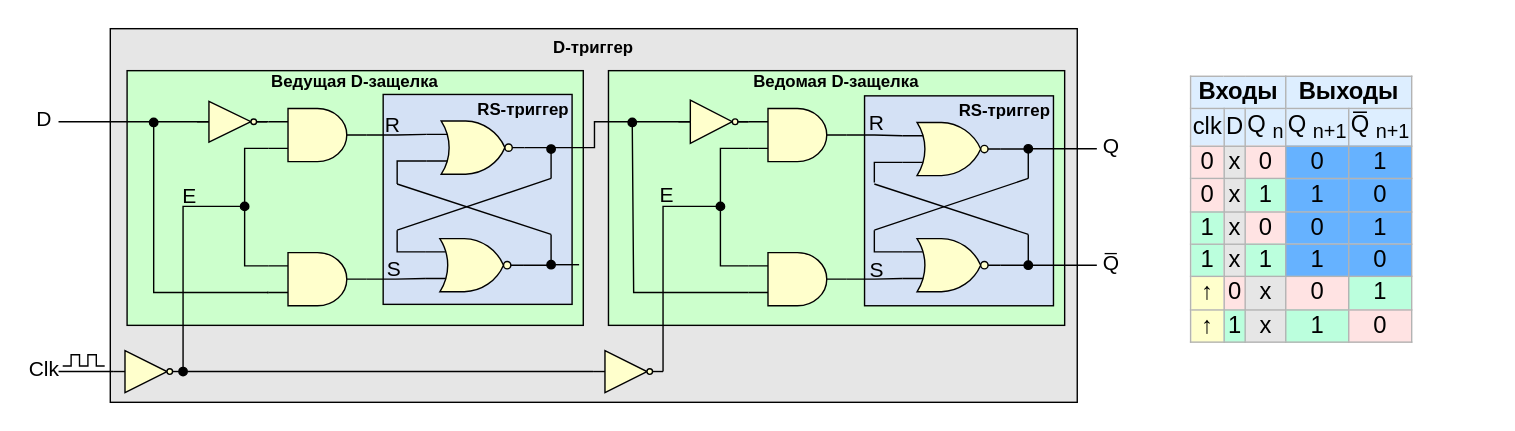
This is .pic/Introduction/Sequential logic/fig_05.drawio.svg from MPSU/APS, a draw.io export, as it was before one commit. Source tidied: cells renumbered, new cells last; positions are measured from the earlier drawing's top-left corner, leaving out a move shared by most shapes.
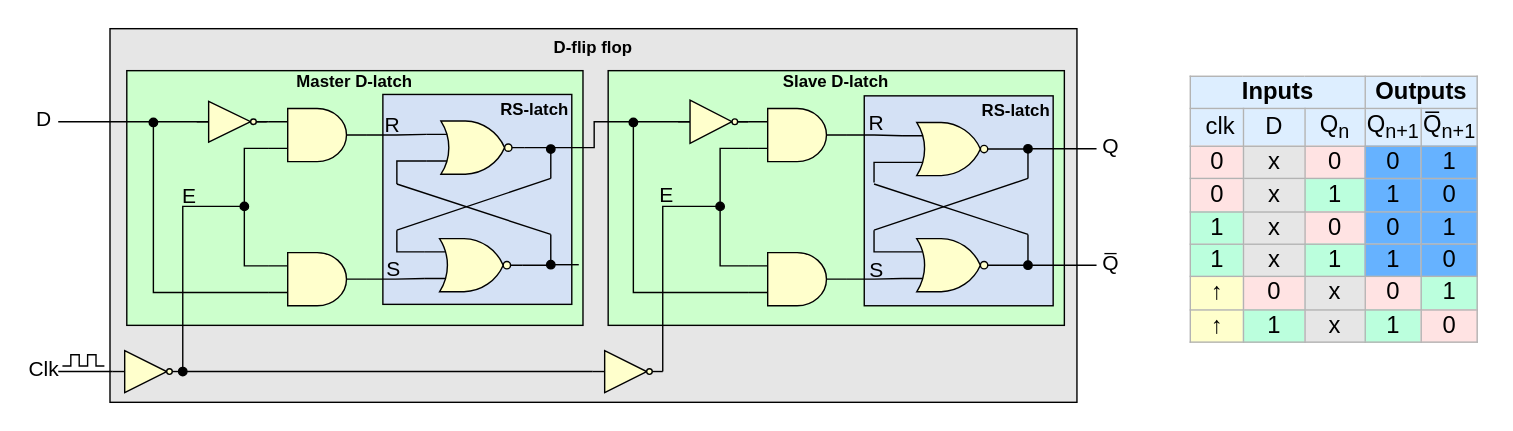
After the commit.

What changed in the source:
```diff
@@ -2,19 +2,19 @@
   <root>
     <mxCell id="0" />
     <mxCell id="1" parent="0" />
-    <mxCell id="2" value="D-триггер" style="rounded=0;whiteSpace=wrap;html=1;fillColor=#E6E6E6;verticalAlign=top;fontStyle=1;" parent="1" vertex="1">
+    <mxCell id="2" value="D-flip flop" style="rounded=0;whiteSpace=wrap;html=1;fillColor=#E6E6E6;verticalAlign=top;fontStyle=1;" parent="1" vertex="1">
       <mxGeometry x="57" width="691" height="267" as="geometry" />
     </mxCell>
-    <mxCell id="3" value="Ведомая D-защелка" style="rounded=0;whiteSpace=wrap;html=1;labelBackgroundColor=none;fillColor=#CCFFCC;verticalAlign=top;spacingTop=-6;fontStyle=1;" parent="1" vertex="1">
+    <mxCell id="3" value="Slave D-latch" style="rounded=0;whiteSpace=wrap;html=1;labelBackgroundColor=none;fillColor=#CCFFCC;verticalAlign=top;spacingTop=-6;fontStyle=1;" parent="1" vertex="1">
       <mxGeometry x="413" y="30" width="326" height="182" as="geometry" />
     </mxCell>
-    <mxCell id="4" value="RS-триггер" style="rounded=0;whiteSpace=wrap;html=1;fillColor=#D4E1F5;verticalAlign=top;align=right;spacingTop=-3;fontStyle=1;" parent="1" vertex="1">
+    <mxCell id="4" value="RS-latch" style="rounded=0;whiteSpace=wrap;html=1;fillColor=#D4E1F5;verticalAlign=top;align=right;spacingTop=-3;fontStyle=1;" parent="1" vertex="1">
       <mxGeometry x="596" y="48" width="135" height="150" as="geometry" />
     </mxCell>
-    <mxCell id="5" value="Ведущая D-защелка" style="rounded=0;whiteSpace=wrap;html=1;labelBackgroundColor=none;fillColor=#CCFFCC;verticalAlign=top;spacingTop=-6;fontStyle=1;" parent="1" vertex="1">
+    <mxCell id="5" value="Master D-latch" style="rounded=0;whiteSpace=wrap;html=1;labelBackgroundColor=none;fillColor=#CCFFCC;verticalAlign=top;spacingTop=-6;fontStyle=1;" parent="1" vertex="1">
       <mxGeometry x="69" y="30" width="326" height="182" as="geometry" />
     </mxCell>
-    <mxCell id="6" value="RS-триггер" style="rounded=0;whiteSpace=wrap;html=1;fillColor=#D4E1F5;verticalAlign=top;align=right;spacingTop=-3;fontStyle=1;" parent="1" vertex="1">
+    <mxCell id="6" value="RS-latch" style="rounded=0;whiteSpace=wrap;html=1;fillColor=#D4E1F5;verticalAlign=top;align=right;spacingTop=-3;fontStyle=1;" parent="1" vertex="1">
       <mxGeometry x="252" y="47" width="135" height="150" as="geometry" />
     </mxCell>
     <mxCell id="7" style="edgeStyle=orthogonalEdgeStyle;rounded=0;jettySize=auto;html=1;exitX=0;exitY=0.75;exitDx=0;exitDy=0;exitPerimeter=0;endArrow=oval;endFill=1;" parent="1" edge="1" source="14">
@@ -269,7 +269,7 @@
     <mxCell id="60" style="verticalLabelPosition=bottom;shadow=0;dashed=0;align=center;html=1;verticalAlign=top;shape=mxgraph.electrical.logic_gates.inverter_2;fillColor=#FFFFCC;" parent="1" vertex="1">
       <mxGeometry x="463" y="51" width="50" height="31" as="geometry" />
     </mxCell>
-    <mxCell id="61" value="&lt;table border=&quot;1&quot; class=&quot;wikitable&quot; style=&quot;text-align: center; font-size: 17px; border: 1px solid rgb(179, 179, 179); border-collapse: collapse;&quot; id=&quot;mwAjk&quot;&gt;&lt;tbody id=&quot;mwAjs&quot;&gt;&lt;tr style=&quot;background:#def;&quot; id=&quot;mwAjw&quot;&gt;&lt;td colspan=&quot;3&quot;&gt;&lt;b&gt;Входы&lt;/b&gt;&lt;/td&gt;&lt;td colspan=&quot;2&quot; id=&quot;mwAj8&quot;&gt;&lt;b id=&quot;mwAkA&quot;&gt;&lt;font style=&quot;font-size: 17px;&quot;&gt;Выходы&lt;/font&gt;&lt;/b&gt;&lt;/td&gt;&lt;/tr&gt;&lt;tr style=&quot;background:#def;&quot; id=&quot;mwAkE&quot;&gt;&lt;td&gt;&amp;nbsp; clk&amp;nbsp;&lt;/td&gt;&lt;td id=&quot;mwAkI&quot;&gt;&lt;font style=&quot;font-size: 17px;&quot;&gt;&amp;nbsp; &amp;nbsp;D&amp;nbsp; &amp;nbsp;&lt;/font&gt;&lt;/td&gt;&lt;td id=&quot;mwAkM&quot;&gt;&lt;font style=&quot;font-size: 17px;&quot;&gt;&amp;nbsp; Q&lt;sub&gt;n&lt;/sub&gt;&amp;nbsp;&amp;nbsp;&lt;/font&gt;&lt;/td&gt;&lt;td id=&quot;mwAkQ&quot;&gt;Q&lt;sub&gt;n+1&lt;/sub&gt;&lt;br&gt;&lt;/td&gt;&lt;td id=&quot;mwAkU&quot;&gt;Q̅&lt;sub&gt;n+1&lt;/sub&gt;&lt;br&gt;&lt;/td&gt;&lt;/tr&gt;&lt;tr id=&quot;mwAko&quot;&gt;&lt;td style=&quot;background-color: rgb(255, 227, 227);&quot;&gt;0&lt;/td&gt;&lt;td style=&quot;background-color: rgb(230, 230, 230);&quot; id=&quot;mwAks&quot;&gt;&lt;font style=&quot;font-size: 17px;&quot;&gt;x&lt;/font&gt;&lt;/td&gt;&lt;td style=&quot;background-color: rgb(255, 227, 227);&quot; id=&quot;mwAkw&quot;&gt;&lt;font style=&quot;font-size: 17px;&quot;&gt;0&lt;/font&gt;&lt;/td&gt;&lt;td style=&quot;background: rgb(102, 178, 255); color: black; vertical-align: middle; text-align: center;&quot; class=&quot;table-no2&quot; data-mw=&quot;{&amp;quot;parts&amp;quot;:[&amp;quot;|| &amp;quot;,{&amp;quot;template&amp;quot;:{&amp;quot;target&amp;quot;:{&amp;quot;wt&amp;quot;:&amp;quot;no2&amp;quot;,&amp;quot;href&amp;quot;:&amp;quot;./Template:No2&amp;quot;},&amp;quot;params&amp;quot;:{&amp;quot;1&amp;quot;:{&amp;quot;wt&amp;quot;:&amp;quot;0&amp;quot;}},&amp;quot;i&amp;quot;:0}},&amp;quot; &amp;quot;]}&quot; id=&quot;mwASM&quot;&gt;&lt;font style=&quot;font-size: 17px;&quot;&gt;0&lt;/font&gt;&lt;/td&gt;&lt;td style=&quot;background: rgb(102, 178, 255); color: black; vertical-align: middle; text-align: center;&quot; class=&quot;table-yes2&quot; data-mw=&quot;{&amp;quot;parts&amp;quot;:[&amp;quot;|| &amp;quot;,{&amp;quot;template&amp;quot;:{&amp;quot;target&amp;quot;:{&amp;quot;wt&amp;quot;:&amp;quot;yes2&amp;quot;,&amp;quot;href&amp;quot;:&amp;quot;./Template:Yes2&amp;quot;},&amp;quot;params&amp;quot;:{&amp;quot;1&amp;quot;:{&amp;quot;wt&amp;quot;:&amp;quot;1&amp;quot;}},&amp;quot;i&amp;quot;:0}},&amp;quot; &amp;quot;]}&quot; id=&quot;mwASc&quot;&gt;&lt;font style=&quot;font-size: 17px;&quot;&gt;1&lt;/font&gt;&lt;/td&gt;&lt;/tr&gt;&lt;tr id=&quot;mwAlM&quot;&gt;&lt;td style=&quot;background-color: rgb(255, 227, 227);&quot;&gt;0&lt;/td&gt;&lt;td style=&quot;background-color: rgb(230, 230, 230);&quot; id=&quot;mwAlQ&quot;&gt;&lt;font style=&quot;font-size: 17px;&quot;&gt;x&lt;/font&gt;&lt;/td&gt;&lt;td style=&quot;background-color: rgb(187, 255, 221);&quot; id=&quot;mwAlU&quot;&gt;&lt;font style=&quot;font-size: 17px;&quot;&gt;1&lt;/font&gt;&lt;/td&gt;&lt;td style=&quot;background: rgb(102, 178, 255); color: black; vertical-align: middle; text-align: center;&quot; class=&quot;table-no2&quot; data-mw=&quot;{&amp;quot;parts&amp;quot;:[&amp;quot;|| &amp;quot;,{&amp;quot;template&amp;quot;:{&amp;quot;target&amp;quot;:{&amp;quot;wt&amp;quot;:&amp;quot;no2&amp;quot;,&amp;quot;href&amp;quot;:&amp;quot;./Template:No2&amp;quot;},&amp;quot;params&amp;quot;:{&amp;quot;1&amp;quot;:{&amp;quot;wt&amp;quot;:&amp;quot;0&amp;quot;}},&amp;quot;i&amp;quot;:0}},&amp;quot; &amp;quot;]}&quot; id=&quot;mwASM&quot;&gt;1&lt;/td&gt;&lt;td style=&quot;background: rgb(102, 178, 255); color: black; vertical-align: middle; text-align: center;&quot; class=&quot;table-yes2&quot; data-mw=&quot;{&amp;quot;parts&amp;quot;:[&amp;quot;|| &amp;quot;,{&amp;quot;template&amp;quot;:{&amp;quot;target&amp;quot;:{&amp;quot;wt&amp;quot;:&amp;quot;yes2&amp;quot;,&amp;quot;href&amp;quot;:&amp;quot;./Template:Yes2&amp;quot;},&amp;quot;params&amp;quot;:{&amp;quot;1&amp;quot;:{&amp;quot;wt&amp;quot;:&amp;quot;1&amp;quot;}},&amp;quot;i&amp;quot;:0}},&amp;quot; &amp;quot;]}&quot; id=&quot;mwASc&quot;&gt;&lt;font style=&quot;font-size: 17px;&quot;&gt;0&lt;/font&gt;&lt;/td&gt;&lt;/tr&gt;&lt;tr id=&quot;mwAlw&quot;&gt;&lt;td style=&quot;background-color: rgb(187, 255, 221);&quot;&gt;1&lt;/td&gt;&lt;td style=&quot;background-color: rgb(230, 230, 230);&quot; id=&quot;mwAl0&quot;&gt;&lt;font style=&quot;font-size: 17px;&quot;&gt;x&lt;/font&gt;&lt;/td&gt;&lt;td style=&quot;background-color: rgb(255, 227, 227);&quot; id=&quot;mwAl4&quot;&gt;0&lt;/td&gt;&lt;td style=&quot;background: rgb(102, 178, 255); color: black; vertical-align: middle; text-align: center;&quot; class=&quot;table-no2&quot; data-mw=&quot;{&amp;quot;parts&amp;quot;:[&amp;quot;|| &amp;quot;,{&amp;quot;template&amp;quot;:{&amp;quot;target&amp;quot;:{&amp;quot;wt&amp;quot;:&amp;quot;no2&amp;quot;,&amp;quot;href&amp;quot;:&amp;quot;./Template:No2&amp;quot;},&amp;quot;params&amp;quot;:{&amp;quot;1&amp;quot;:{&amp;quot;wt&amp;quot;:&amp;quot;0&amp;quot;}},&amp;quot;i&amp;quot;:0}},&amp;quot; &amp;quot;]}&quot; id=&quot;mwASM&quot;&gt;&lt;font style=&quot;font-size: 17px;&quot;&gt;0&lt;/font&gt;&lt;/td&gt;&lt;td style=&quot;background: rgb(102, 178, 255); color: black; vertical-align: middle; text-align: center;&quot; class=&quot;table-yes2&quot; data-mw=&quot;{&amp;quot;parts&amp;quot;:[&amp;quot;|| &amp;quot;,{&amp;quot;template&amp;quot;:{&amp;quot;target&amp;quot;:{&amp;quot;wt&amp;quot;:&amp;quot;yes2&amp;quot;,&amp;quot;href&amp;quot;:&amp;quot;./Template:Yes2&amp;quot;},&amp;quot;params&amp;quot;:{&amp;quot;1&amp;quot;:{&amp;quot;wt&amp;quot;:&amp;quot;1&amp;quot;}},&amp;quot;i&amp;quot;:0}},&amp;quot; &amp;quot;]}&quot; id=&quot;mwASc&quot;&gt;&lt;font style=&quot;font-size: 17px;&quot;&gt;1&lt;/font&gt;&lt;/td&gt;&lt;/tr&gt;&lt;tr id=&quot;mwAmU&quot;&gt;&lt;td style=&quot;background-color: rgb(187, 255, 221);&quot;&gt;1&lt;/td&gt;&lt;td style=&quot;background-color: rgb(230, 230, 230);&quot; id=&quot;mwAmY&quot;&gt;&lt;font style=&quot;font-size: 17px;&quot;&gt;x&lt;/font&gt;&lt;/td&gt;&lt;td style=&quot;background-color: rgb(187, 255, 221);&quot; id=&quot;mwAmc&quot;&gt;&lt;font style=&quot;font-size: 17px;&quot;&gt;1&lt;/font&gt;&lt;/td&gt;&lt;td style=&quot;background: rgb(102, 178, 255); color: black; vertical-align: middle; text-align: center;&quot; class=&quot;table-yes2&quot; data-mw=&quot;{&amp;quot;parts&amp;quot;:[&amp;quot;|| &amp;quot;,{&amp;quot;template&amp;quot;:{&amp;quot;target&amp;quot;:{&amp;quot;wt&amp;quot;:&amp;quot;yes2&amp;quot;,&amp;quot;href&amp;quot;:&amp;quot;./Template:Yes2&amp;quot;},&amp;quot;params&amp;quot;:{&amp;quot;1&amp;quot;:{&amp;quot;wt&amp;quot;:&amp;quot;1&amp;quot;}},&amp;quot;i&amp;quot;:0}},&amp;quot; &amp;quot;]}&quot; id=&quot;mwASc&quot;&gt;&lt;font style=&quot;font-size: 17px;&quot;&gt;1&lt;/font&gt;&lt;/td&gt;&lt;td style=&quot;background: rgb(102, 178, 255); color: black; vertical-align: middle; text-align: center;&quot; class=&quot;table-no2&quot; data-mw=&quot;{&amp;quot;parts&amp;quot;:[&amp;quot;|| &amp;quot;,{&amp;quot;template&amp;quot;:{&amp;quot;target&amp;quot;:{&amp;quot;wt&amp;quot;:&amp;quot;no2&amp;quot;,&amp;quot;href&amp;quot;:&amp;quot;./Template:No2&amp;quot;},&amp;quot;params&amp;quot;:{&amp;quot;1&amp;quot;:{&amp;quot;wt&amp;quot;:&amp;quot;0&amp;quot;}},&amp;quot;i&amp;quot;:0}},&amp;quot; &amp;quot;]}&quot; id=&quot;mwASM&quot;&gt;&lt;font style=&quot;font-size: 17px;&quot;&gt;0&lt;/font&gt;&lt;/td&gt;&lt;/tr&gt;&lt;tr&gt;&lt;td style=&quot;background-color: rgb(255, 255, 204);&quot;&gt;&lt;span style=&quot;&quot;&gt;↑&lt;/span&gt;&lt;/td&gt;&lt;td style=&quot;background-color: rgb(255, 227, 227);&quot;&gt;0&lt;/td&gt;&lt;td style=&quot;background-color: rgb(230, 230, 230);&quot;&gt;x&lt;/td&gt;&lt;td style=&quot;background-color: rgb(255, 227, 227);&quot;&gt;0&lt;/td&gt;&lt;td style=&quot;background-color: rgb(187, 255, 221);&quot;&gt;1&lt;/td&gt;&lt;/tr&gt;&lt;tr&gt;&lt;td style=&quot;background-color: rgb(255, 255, 204);&quot;&gt;&lt;span style=&quot;&quot;&gt;↑&lt;/span&gt;&lt;br&gt;&lt;/td&gt;&lt;td style=&quot;background-color: rgb(187, 255, 221);&quot;&gt;1&lt;/td&gt;&lt;td style=&quot;background-color: rgb(230, 230, 230);&quot;&gt;x&lt;/td&gt;&lt;td style=&quot;background-color: rgb(187, 255, 221);&quot;&gt;1&lt;/td&gt;&lt;td style=&quot;background-color: rgb(255, 227, 227);&quot;&gt;0&lt;/td&gt;&lt;/tr&gt;&lt;/tbody&gt;&lt;/table&gt;" style="text;whiteSpace=wrap;html=1;" parent="1" vertex="1">
+    <mxCell id="61" value="&lt;table border=&quot;1&quot; class=&quot;wikitable&quot; style=&quot;text-align: center; font-size: 17px; border: 1px solid rgb(179, 179, 179); border-collapse: collapse;&quot; id=&quot;mwAjk&quot;&gt;&lt;tbody id=&quot;mwAjs&quot;&gt;&lt;tr style=&quot;background:#def;&quot; id=&quot;mwAjw&quot;&gt;&lt;td colspan=&quot;3&quot;&gt;&lt;b&gt;Inputs&lt;/b&gt;&lt;/td&gt;&lt;td colspan=&quot;2&quot; id=&quot;mwAj8&quot;&gt;&lt;b id=&quot;mwAkA&quot;&gt;&lt;font style=&quot;font-size: 17px;&quot;&gt;Outputs&lt;/font&gt;&lt;/b&gt;&lt;/td&gt;&lt;/tr&gt;&lt;tr style=&quot;background:#def;&quot; id=&quot;mwAkE&quot;&gt;&lt;td&gt;&amp;nbsp; clk&amp;nbsp;&lt;/td&gt;&lt;td id=&quot;mwAkI&quot;&gt;&lt;font style=&quot;font-size: 17px;&quot;&gt;&amp;nbsp; &amp;nbsp;D&amp;nbsp; &amp;nbsp;&lt;/font&gt;&lt;/td&gt;&lt;td id=&quot;mwAkM&quot;&gt;&lt;font style=&quot;font-size: 17px;&quot;&gt;&amp;nbsp; Q&lt;sub&gt;n&lt;/sub&gt;&amp;nbsp;&amp;nbsp;&lt;/font&gt;&lt;/td&gt;&lt;td id=&quot;mwAkQ&quot;&gt;Q&lt;sub&gt;n+1&lt;/sub&gt;&lt;br&gt;&lt;/td&gt;&lt;td id=&quot;mwAkU&quot;&gt;Q̅&lt;sub&gt;n+1&lt;/sub&gt;&lt;br&gt;&lt;/td&gt;&lt;/tr&gt;&lt;tr id=&quot;mwAko&quot;&gt;&lt;td style=&quot;background-color: rgb(255, 227, 227);&quot;&gt;0&lt;/td&gt;&lt;td style=&quot;background-color: rgb(230, 230, 230);&quot; id=&quot;mwAks&quot;&gt;&lt;font style=&quot;font-size: 17px;&quot;&gt;x&lt;/font&gt;&lt;/td&gt;&lt;td style=&quot;background-color: rgb(255, 227, 227);&quot; id=&quot;mwAkw&quot;&gt;&lt;font style=&quot;font-size: 17px;&quot;&gt;0&lt;/font&gt;&lt;/td&gt;&lt;td style=&quot;background: rgb(102, 178, 255); color: black; vertical-align: middle; text-align: center;&quot; class=&quot;table-no2&quot; data-mw=&quot;{&amp;quot;parts&amp;quot;:[&amp;quot;|| &amp;quot;,{&amp;quot;template&amp;quot;:{&amp;quot;target&amp;quot;:{&amp;quot;wt&amp;quot;:&amp;quot;no2&amp;quot;,&amp;quot;href&amp;quot;:&amp;quot;./Template:No2&amp;quot;},&amp;quot;params&amp;quot;:{&amp;quot;1&amp;quot;:{&amp;quot;wt&amp;quot;:&amp;quot;0&amp;quot;}},&amp;quot;i&amp;quot;:0}},&amp;quot; &amp;quot;]}&quot; id=&quot;mwASM&quot;&gt;&lt;font style=&quot;font-size: 17px;&quot;&gt;0&lt;/font&gt;&lt;/td&gt;&lt;td style=&quot;background: rgb(102, 178, 255); color: black; vertical-align: middle; text-align: center;&quot; class=&quot;table-yes2&quot; data-mw=&quot;{&amp;quot;parts&amp;quot;:[&amp;quot;|| &amp;quot;,{&amp;quot;template&amp;quot;:{&amp;quot;target&amp;quot;:{&amp;quot;wt&amp;quot;:&amp;quot;yes2&amp;quot;,&amp;quot;href&amp;quot;:&amp;quot;./Template:Yes2&amp;quot;},&amp;quot;params&amp;quot;:{&amp;quot;1&amp;quot;:{&amp;quot;wt&amp;quot;:&amp;quot;1&amp;quot;}},&amp;quot;i&amp;quot;:0}},&amp;quot; &amp;quot;]}&quot; id=&quot;mwASc&quot;&gt;&lt;font style=&quot;font-size: 17px;&quot;&gt;1&lt;/font&gt;&lt;/td&gt;&lt;/tr&gt;&lt;tr id=&quot;mwAlM&quot;&gt;&lt;td style=&quot;background-color: rgb(255, 227, 227);&quot;&gt;0&lt;/td&gt;&lt;td style=&quot;background-color: rgb(230, 230, 230);&quot; id=&quot;mwAlQ&quot;&gt;&lt;font style=&quot;font-size: 17px;&quot;&gt;x&lt;/font&gt;&lt;/td&gt;&lt;td style=&quot;background-color: rgb(187, 255, 221);&quot; id=&quot;mwAlU&quot;&gt;&lt;font style=&quot;font-size: 17px;&quot;&gt;1&lt;/font&gt;&lt;/td&gt;&lt;td style=&quot;background: rgb(102, 178, 255); color: black; vertical-align: middle; text-align: center;&quot; class=&quot;table-no2&quot; data-mw=&quot;{&amp;quot;parts&amp;quot;:[&amp;quot;|| &amp;quot;,{&amp;quot;template&amp;quot;:{&amp;quot;target&amp;quot;:{&amp;quot;wt&amp;quot;:&amp;quot;no2&amp;quot;,&amp;quot;href&amp;quot;:&amp;quot;./Template:No2&amp;quot;},&amp;quot;params&amp;quot;:{&amp;quot;1&amp;quot;:{&amp;quot;wt&amp;quot;:&amp;quot;0&amp;quot;}},&amp;quot;i&amp;quot;:0}},&amp;quot; &amp;quot;]}&quot; id=&quot;mwASM&quot;&gt;1&lt;/td&gt;&lt;td style=&quot;background: rgb(102, 178, 255); color: black; vertical-align: middle; text-align: center;&quot; class=&quot;table-yes2&quot; data-mw=&quot;{&amp;quot;parts&amp;quot;:[&amp;quot;|| &amp;quot;,{&amp;quot;template&amp;quot;:{&amp;quot;target&amp;quot;:{&amp;quot;wt&amp;quot;:&amp;quot;yes2&amp;quot;,&amp;quot;href&amp;quot;:&amp;quot;./Template:Yes2&amp;quot;},&amp;quot;params&amp;quot;:{&amp;quot;1&amp;quot;:{&amp;quot;wt&amp;quot;:&amp;quot;1&amp;quot;}},&amp;quot;i&amp;quot;:0}},&amp;quot; &amp;quot;]}&quot; id=&quot;mwASc&quot;&gt;&lt;font style=&quot;font-size: 17px;&quot;&gt;0&lt;/font&gt;&lt;/td&gt;&lt;/tr&gt;&lt;tr id=&quot;mwAlw&quot;&gt;&lt;td style=&quot;background-color: rgb(187, 255, 221);&quot;&gt;1&lt;/td&gt;&lt;td style=&quot;background-color: rgb(230, 230, 230);&quot; id=&quot;mwAl0&quot;&gt;&lt;font style=&quot;font-size: 17px;&quot;&gt;x&lt;/font&gt;&lt;/td&gt;&lt;td style=&quot;background-color: rgb(255, 227, 227);&quot; id=&quot;mwAl4&quot;&gt;0&lt;/td&gt;&lt;td style=&quot;background: rgb(102, 178, 255); color: black; vertical-align: middle; text-align: center;&quot; class=&quot;table-no2&quot; data-mw=&quot;{&amp;quot;parts&amp;quot;:[&amp;quot;|| &amp;quot;,{&amp;quot;template&amp;quot;:{&amp;quot;target&amp;quot;:{&amp;quot;wt&amp;quot;:&amp;quot;no2&amp;quot;,&amp;quot;href&amp;quot;:&amp;quot;./Template:No2&amp;quot;},&amp;quot;params&amp;quot;:{&amp;quot;1&amp;quot;:{&amp;quot;wt&amp;quot;:&amp;quot;0&amp;quot;}},&amp;quot;i&amp;quot;:0}},&amp;quot; &amp;quot;]}&quot; id=&quot;mwASM&quot;&gt;&lt;font style=&quot;font-size: 17px;&quot;&gt;0&lt;/font&gt;&lt;/td&gt;&lt;td style=&quot;background: rgb(102, 178, 255); color: black; vertical-align: middle; text-align: center;&quot; class=&quot;table-yes2&quot; data-mw=&quot;{&amp;quot;parts&amp;quot;:[&amp;quot;|| &amp;quot;,{&amp;quot;template&amp;quot;:{&amp;quot;target&amp;quot;:{&amp;quot;wt&amp;quot;:&amp;quot;yes2&amp;quot;,&amp;quot;href&amp;quot;:&amp;quot;./Template:Yes2&amp;quot;},&amp;quot;params&amp;quot;:{&amp;quot;1&amp;quot;:{&amp;quot;wt&amp;quot;:&amp;quot;1&amp;quot;}},&amp;quot;i&amp;quot;:0}},&amp;quot; &amp;quot;]}&quot; id=&quot;mwASc&quot;&gt;&lt;font style=&quot;font-size: 17px;&quot;&gt;1&lt;/font&gt;&lt;/td&gt;&lt;/tr&gt;&lt;tr id=&quot;mwAmU&quot;&gt;&lt;td style=&quot;background-color: rgb(187, 255, 221);&quot;&gt;1&lt;/td&gt;&lt;td style=&quot;background-color: rgb(230, 230, 230);&quot; id=&quot;mwAmY&quot;&gt;&lt;font style=&quot;font-size: 17px;&quot;&gt;x&lt;/font&gt;&lt;/td&gt;&lt;td style=&quot;background-color: rgb(187, 255, 221);&quot; id=&quot;mwAmc&quot;&gt;&lt;font style=&quot;font-size: 17px;&quot;&gt;1&lt;/font&gt;&lt;/td&gt;&lt;td style=&quot;background: rgb(102, 178, 255); color: black; vertical-align: middle; text-align: center;&quot; class=&quot;table-yes2&quot; data-mw=&quot;{&amp;quot;parts&amp;quot;:[&amp;quot;|| &amp;quot;,{&amp;quot;template&amp;quot;:{&amp;quot;target&amp;quot;:{&amp;quot;wt&amp;quot;:&amp;quot;yes2&amp;quot;,&amp;quot;href&amp;quot;:&amp;quot;./Template:Yes2&amp;quot;},&amp;quot;params&amp;quot;:{&amp;quot;1&amp;quot;:{&amp;quot;wt&amp;quot;:&amp;quot;1&amp;quot;}},&amp;quot;i&amp;quot;:0}},&amp;quot; &amp;quot;]}&quot; id=&quot;mwASc&quot;&gt;&lt;font style=&quot;font-size: 17px;&quot;&gt;1&lt;/font&gt;&lt;/td&gt;&lt;td style=&quot;background: rgb(102, 178, 255); color: black; vertical-align: middle; text-align: center;&quot; class=&quot;table-no2&quot; data-mw=&quot;{&amp;quot;parts&amp;quot;:[&amp;quot;|| &amp;quot;,{&amp;quot;template&amp;quot;:{&amp;quot;target&amp;quot;:{&amp;quot;wt&amp;quot;:&amp;quot;no2&amp;quot;,&amp;quot;href&amp;quot;:&amp;quot;./Template:No2&amp;quot;},&amp;quot;params&amp;quot;:{&amp;quot;1&amp;quot;:{&amp;quot;wt&amp;quot;:&amp;quot;0&amp;quot;}},&amp;quot;i&amp;quot;:0}},&amp;quot; &amp;quot;]}&quot; id=&quot;mwASM&quot;&gt;&lt;font style=&quot;font-size: 17px;&quot;&gt;0&lt;/font&gt;&lt;/td&gt;&lt;/tr&gt;&lt;tr&gt;&lt;td style=&quot;background-color: rgb(255, 255, 204);&quot;&gt;&lt;span style=&quot;&quot;&gt;↑&lt;/span&gt;&lt;/td&gt;&lt;td style=&quot;background-color: rgb(255, 227, 227);&quot;&gt;0&lt;/td&gt;&lt;td style=&quot;background-color: rgb(230, 230, 230);&quot;&gt;x&lt;/td&gt;&lt;td style=&quot;background-color: rgb(255, 227, 227);&quot;&gt;0&lt;/td&gt;&lt;td style=&quot;background-color: rgb(187, 255, 221);&quot;&gt;1&lt;/td&gt;&lt;/tr&gt;&lt;tr&gt;&lt;td style=&quot;background-color: rgb(255, 255, 204);&quot;&gt;&lt;span style=&quot;&quot;&gt;↑&lt;/span&gt;&lt;br&gt;&lt;/td&gt;&lt;td style=&quot;background-color: rgb(187, 255, 221);&quot;&gt;1&lt;/td&gt;&lt;td style=&quot;background-color: rgb(230, 230, 230);&quot;&gt;x&lt;/td&gt;&lt;td style=&quot;background-color: rgb(187, 255, 221);&quot;&gt;1&lt;/td&gt;&lt;td style=&quot;background-color: rgb(255, 227, 227);&quot;&gt;0&lt;/td&gt;&lt;/tr&gt;&lt;/tbody&gt;&lt;/table&gt;" style="text;whiteSpace=wrap;html=1;" parent="1" vertex="1">
       <mxGeometry x="827" y="27" width="213" height="210" as="geometry" />
     </mxCell>
   </root>
```
